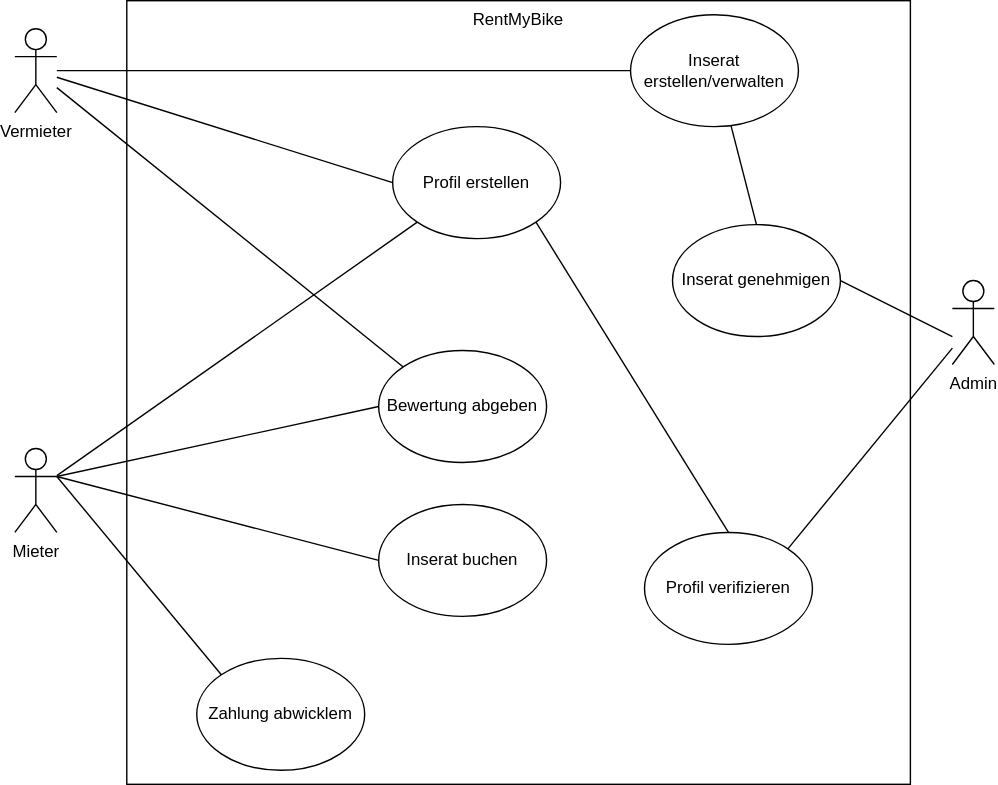
This is createboard/figures/uc-diagram.drawio.svg from caccaluc/RentMyBike, a draw.io export, as it was before one commit. Source tidied: cells renumbered, new cells last; positions are measured from the earlier drawing's top-left corner, leaving out a move shared by most shapes. Source of this version:
```xml
<mxGraphModel>
  <root>
    <mxCell id="0" />
    <mxCell id="1" parent="0" />
    <mxCell id="2" value="RentMyBike" style="whiteSpace=wrap;html=1;verticalAlign=top;" parent="1" vertex="1">
      <mxGeometry x="80" width="560" height="560" as="geometry" />
    </mxCell>
    <mxCell id="3" value="Inserat erstellen/verwalten&amp;nbsp;" style="ellipse;whiteSpace=wrap;html=1;" parent="1" vertex="1">
      <mxGeometry x="440" y="10" width="120" height="80" as="geometry" />
    </mxCell>
    <mxCell id="4" value="Profil verifizieren" style="ellipse;whiteSpace=wrap;html=1;" parent="1" vertex="1">
      <mxGeometry x="450" y="380" width="120" height="80" as="geometry" />
    </mxCell>
    <mxCell id="5" value="Profil erstellen" style="ellipse;whiteSpace=wrap;html=1;" parent="1" vertex="1">
      <mxGeometry x="270" y="90" width="120" height="80" as="geometry" />
    </mxCell>
    <mxCell id="6" value="Bewertung abgeben" style="ellipse;whiteSpace=wrap;html=1;" parent="1" vertex="1">
      <mxGeometry x="260" y="250" width="120" height="80" as="geometry" />
    </mxCell>
    <mxCell id="7" value="Vermieter" style="shape=umlActor;verticalLabelPosition=bottom;verticalAlign=top;html=1;outlineConnect=0;" parent="1" vertex="1">
      <mxGeometry y="20" width="30" height="60" as="geometry" />
    </mxCell>
    <mxCell id="8" value="Mieter" style="shape=umlActor;verticalLabelPosition=bottom;verticalAlign=top;html=1;outlineConnect=0;" parent="1" vertex="1">
      <mxGeometry y="320" width="30" height="60" as="geometry" />
    </mxCell>
    <mxCell id="9" value="Admin" style="shape=umlActor;verticalLabelPosition=bottom;verticalAlign=top;html=1;outlineConnect=0;" parent="1" vertex="1">
      <mxGeometry x="670" y="200" width="30" height="60" as="geometry" />
    </mxCell>
    <mxCell id="10" value="Inserat buchen" style="ellipse;whiteSpace=wrap;html=1;" parent="1" vertex="1">
      <mxGeometry x="260" y="360" width="120" height="80" as="geometry" />
    </mxCell>
    <mxCell id="11" style="endArrow=none;html=1;entryX=0;entryY=0.5;entryDx=0;entryDy=0;" parent="1" edge="1" source="7" target="3">
      <mxGeometry relative="1" as="geometry" />
    </mxCell>
    <mxCell id="12" style="endArrow=none;html=1;entryX=0;entryY=0.5;entryDx=0;entryDy=0;" parent="1" edge="1" source="7" target="5">
      <mxGeometry relative="1" as="geometry" />
    </mxCell>
    <mxCell id="13" style="endArrow=none;html=1;entryX=0;entryY=0;entryDx=0;entryDy=0;" parent="1" edge="1" source="7" target="6">
      <mxGeometry relative="1" as="geometry" />
    </mxCell>
    <mxCell id="14" style="endArrow=none;html=1;entryX=0;entryY=1;entryDx=0;entryDy=0;" parent="1" edge="1" source="8" target="5">
      <mxGeometry relative="1" as="geometry" />
    </mxCell>
    <mxCell id="15" style="endArrow=none;html=1;entryX=0;entryY=0.5;entryDx=0;entryDy=0;exitX=1;exitY=0.3333333333333333;exitDx=0;exitDy=0;exitPerimeter=0;" parent="1" edge="1" source="8" target="6">
      <mxGeometry relative="1" as="geometry" />
    </mxCell>
    <mxCell id="16" style="endArrow=none;html=1;entryX=1;entryY=1;entryDx=0;entryDy=0;exitX=0.5;exitY=0;exitDx=0;exitDy=0;" parent="1" edge="1" source="4" target="5">
      <mxGeometry relative="1" as="geometry" />
    </mxCell>
    <mxCell id="17" style="endArrow=none;html=1;exitX=1;exitY=0.3333333333333333;exitDx=0;exitDy=0;exitPerimeter=0;entryX=0;entryY=0.5;entryDx=0;entryDy=0;" parent="1" edge="1" source="8" target="10">
      <mxGeometry relative="1" as="geometry" />
    </mxCell>
    <mxCell id="18" style="endArrow=none;html=1;exitX=1;exitY=0;exitDx=0;exitDy=0;" parent="1" edge="1" source="4" target="9">
      <mxGeometry relative="1" as="geometry" />
    </mxCell>
    <mxCell id="19" value="Zahlung abwicklem" style="ellipse;whiteSpace=wrap;html=1;" parent="1" vertex="1">
      <mxGeometry x="130" y="470" width="120" height="80" as="geometry" />
    </mxCell>
    <mxCell id="20" style="endArrow=none;html=1;entryX=0;entryY=0;entryDx=0;entryDy=0;" parent="1" edge="1" target="19">
      <mxGeometry relative="1" as="geometry">
        <mxPoint x="30" y="340" as="sourcePoint" />
      </mxGeometry>
    </mxCell>
    <mxCell id="21" value="Inserat genehmigen" style="ellipse;whiteSpace=wrap;html=1;" parent="1" vertex="1">
      <mxGeometry x="470" y="160" width="120" height="80" as="geometry" />
    </mxCell>
    <mxCell id="22" style="endArrow=none;html=1;exitX=0.598;exitY=0.989;exitDx=0;exitDy=0;exitPerimeter=0;entryX=0.5;entryY=0;entryDx=0;entryDy=0;" parent="1" edge="1" source="3" target="21">
      <mxGeometry relative="1" as="geometry" />
    </mxCell>
    <mxCell id="23" style="endArrow=none;html=1;exitX=1;exitY=0.5;exitDx=0;exitDy=0;" parent="1" edge="1" source="21">
      <mxGeometry relative="1" as="geometry">
        <mxPoint x="670" y="240" as="targetPoint" />
      </mxGeometry>
    </mxCell>
  </root>
</mxGraphModel>
```
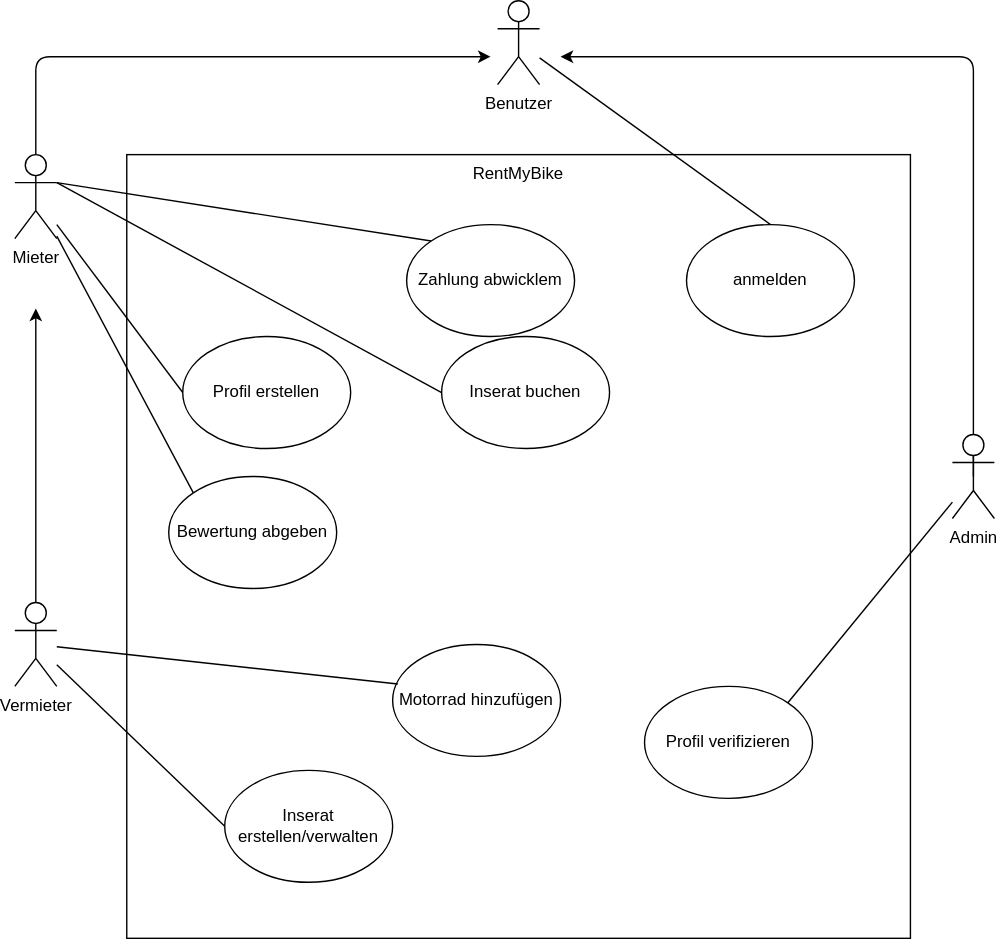
After the change.

The edit, as a diff of the source:
```diff
@@ -6,30 +6,51 @@
       <mxGeometry x="80" width="560" height="560" as="geometry" />
     </mxCell>
     <mxCell id="3" value="Inserat erstellen/verwalten&amp;nbsp;" style="ellipse;whiteSpace=wrap;html=1;" parent="1" vertex="1">
-      <mxGeometry x="440" y="10" width="120" height="80" as="geometry" />
+      <mxGeometry x="150" y="440" width="120" height="80" as="geometry" />
     </mxCell>
     <mxCell id="4" value="Profil verifizieren" style="ellipse;whiteSpace=wrap;html=1;" parent="1" vertex="1">
       <mxGeometry x="450" y="380" width="120" height="80" as="geometry" />
     </mxCell>
     <mxCell id="5" value="Profil erstellen" style="ellipse;whiteSpace=wrap;html=1;" parent="1" vertex="1">
-      <mxGeometry x="270" y="90" width="120" height="80" as="geometry" />
+      <mxGeometry x="120" y="130" width="120" height="80" as="geometry" />
     </mxCell>
     <mxCell id="6" value="Bewertung abgeben" style="ellipse;whiteSpace=wrap;html=1;" parent="1" vertex="1">
-      <mxGeometry x="260" y="250" width="120" height="80" as="geometry" />
+      <mxGeometry x="110" y="230" width="120" height="80" as="geometry" />
     </mxCell>
+    <mxCell id="24" style="edgeStyle=none;html=1;" parent="1" edge="1" source="7">
+      <mxGeometry relative="1" as="geometry">
+        <mxPoint x="340" y="-70" as="targetPoint" />
+        <Array as="points">
+          <mxPoint x="15" y="-70" />
+        </Array>
+      </mxGeometry>
+    </mxCell>
-    <mxCell id="7" value="Vermieter" style="shape=umlActor;verticalLabelPosition=bottom;verticalAlign=top;html=1;outlineConnect=0;" parent="1" vertex="1">
-      <mxGeometry y="20" width="30" height="60" as="geometry" />
+    <mxCell id="7" value="Mieter" style="shape=umlActor;verticalLabelPosition=bottom;verticalAlign=top;html=1;outlineConnect=0;" parent="1" vertex="1">
+      <mxGeometry width="30" height="60" as="geometry" />
     </mxCell>
+    <mxCell id="25" style="edgeStyle=none;html=1;" parent="1" edge="1" source="8">
+      <mxGeometry relative="1" as="geometry">
+        <mxPoint x="15" y="110" as="targetPoint" />
+      </mxGeometry>
+    </mxCell>
-    <mxCell id="8" value="Mieter" style="shape=umlActor;verticalLabelPosition=bottom;verticalAlign=top;html=1;outlineConnect=0;" parent="1" vertex="1">
+    <mxCell id="8" value="Vermieter" style="shape=umlActor;verticalLabelPosition=bottom;verticalAlign=top;html=1;outlineConnect=0;" parent="1" vertex="1">
       <mxGeometry y="320" width="30" height="60" as="geometry" />
     </mxCell>
+    <mxCell id="26" style="edgeStyle=none;html=1;exitX=0.5;exitY=0.5;exitDx=0;exitDy=0;exitPerimeter=0;" parent="1" edge="1" source="9">
+      <mxGeometry relative="1" as="geometry">
+        <mxPoint x="390" y="-70" as="targetPoint" />
+        <Array as="points">
+          <mxPoint x="685" y="-70" />
+        </Array>
+      </mxGeometry>
+    </mxCell>
     <mxCell id="9" value="Admin" style="shape=umlActor;verticalLabelPosition=bottom;verticalAlign=top;html=1;outlineConnect=0;" parent="1" vertex="1">
       <mxGeometry x="670" y="200" width="30" height="60" as="geometry" />
     </mxCell>
     <mxCell id="10" value="Inserat buchen" style="ellipse;whiteSpace=wrap;html=1;" parent="1" vertex="1">
-      <mxGeometry x="260" y="360" width="120" height="80" as="geometry" />
+      <mxGeometry x="305" y="130" width="120" height="80" as="geometry" />
     </mxCell>
-    <mxCell id="11" style="endArrow=none;html=1;entryX=0;entryY=0.5;entryDx=0;entryDy=0;" parent="1" edge="1" source="7" target="3">
+    <mxCell id="11" style="endArrow=none;html=1;entryX=0;entryY=0.5;entryDx=0;entryDy=0;" parent="1" edge="1" source="8" target="3">
       <mxGeometry relative="1" as="geometry" />
     </mxCell>
     <mxCell id="12" style="endArrow=none;html=1;entryX=0;entryY=0.5;entryDx=0;entryDy=0;" parent="1" edge="1" source="7" target="5">
@@ -38,39 +59,32 @@
     <mxCell id="13" style="endArrow=none;html=1;entryX=0;entryY=0;entryDx=0;entryDy=0;" parent="1" edge="1" source="7" target="6">
       <mxGeometry relative="1" as="geometry" />
     </mxCell>
-    <mxCell id="14" style="endArrow=none;html=1;entryX=0;entryY=1;entryDx=0;entryDy=0;" parent="1" edge="1" source="8" target="5">
-      <mxGeometry relative="1" as="geometry" />
-    </mxCell>
-    <mxCell id="15" style="endArrow=none;html=1;entryX=0;entryY=0.5;entryDx=0;entryDy=0;exitX=1;exitY=0.3333333333333333;exitDx=0;exitDy=0;exitPerimeter=0;" parent="1" edge="1" source="8" target="6">
-      <mxGeometry relative="1" as="geometry" />
-    </mxCell>
-    <mxCell id="16" style="endArrow=none;html=1;entryX=1;entryY=1;entryDx=0;entryDy=0;exitX=0.5;exitY=0;exitDx=0;exitDy=0;" parent="1" edge="1" source="4" target="5">
-      <mxGeometry relative="1" as="geometry" />
-    </mxCell>
-    <mxCell id="17" style="endArrow=none;html=1;exitX=1;exitY=0.3333333333333333;exitDx=0;exitDy=0;exitPerimeter=0;entryX=0;entryY=0.5;entryDx=0;entryDy=0;" parent="1" edge="1" source="8" target="10">
+    <mxCell id="17" style="endArrow=none;html=1;exitX=1;exitY=0.3333333333333333;exitDx=0;exitDy=0;exitPerimeter=0;entryX=0;entryY=0.5;entryDx=0;entryDy=0;" parent="1" edge="1" source="7" target="10">
       <mxGeometry relative="1" as="geometry" />
     </mxCell>
     <mxCell id="18" style="endArrow=none;html=1;exitX=1;exitY=0;exitDx=0;exitDy=0;" parent="1" edge="1" source="4" target="9">
       <mxGeometry relative="1" as="geometry" />
     </mxCell>
     <mxCell id="19" value="Zahlung abwicklem" style="ellipse;whiteSpace=wrap;html=1;" parent="1" vertex="1">
-      <mxGeometry x="130" y="470" width="120" height="80" as="geometry" />
+      <mxGeometry x="280" y="50" width="120" height="80" as="geometry" />
     </mxCell>
-    <mxCell id="20" style="endArrow=none;html=1;entryX=0;entryY=0;entryDx=0;entryDy=0;" parent="1" edge="1" target="19">
-      <mxGeometry relative="1" as="geometry">
-        <mxPoint x="30" y="340" as="sourcePoint" />
-      </mxGeometry>
+    <mxCell id="20" style="endArrow=none;html=1;entryX=0;entryY=0;entryDx=0;entryDy=0;exitX=1;exitY=0.3333333333333333;exitDx=0;exitDy=0;exitPerimeter=0;" parent="1" edge="1" source="7" target="19">
+      <mxGeometry relative="1" as="geometry" />
     </mxCell>
-    <mxCell id="21" value="Inserat genehmigen" style="ellipse;whiteSpace=wrap;html=1;" parent="1" vertex="1">
-      <mxGeometry x="470" y="160" width="120" height="80" as="geometry" />
+    <mxCell id="21" value="Motorrad hinzufügen" style="ellipse;whiteSpace=wrap;html=1;" parent="1" vertex="1">
+      <mxGeometry x="270" y="350" width="120" height="80" as="geometry" />
     </mxCell>
-    <mxCell id="22" style="endArrow=none;html=1;exitX=0.598;exitY=0.989;exitDx=0;exitDy=0;exitPerimeter=0;entryX=0.5;entryY=0;entryDx=0;entryDy=0;" parent="1" edge="1" source="3" target="21">
-      <mxGeometry relative="1" as="geometry" />
-    </mxCell>
-    <mxCell id="23" style="endArrow=none;html=1;exitX=1;exitY=0.5;exitDx=0;exitDy=0;" parent="1" edge="1" source="21">
-      <mxGeometry relative="1" as="geometry">
-        <mxPoint x="670" y="240" as="targetPoint" />
-      </mxGeometry>
+    <mxCell id="23" style="endArrow=none;html=1;exitX=0.031;exitY=0.354;exitDx=0;exitDy=0;exitPerimeter=0;" parent="1" edge="1" source="21" target="8">
+      <mxGeometry relative="1" as="geometry" />
     </mxCell>
+    <mxCell id="27" value="Benutzer" style="shape=umlActor;verticalLabelPosition=bottom;verticalAlign=top;html=1;outlineConnect=0;" parent="1" vertex="1">
+      <mxGeometry x="345" y="-110" width="30" height="60" as="geometry" />
+    </mxCell>
+    <mxCell id="28" value="anmelden" style="ellipse;whiteSpace=wrap;html=1;" parent="1" vertex="1">
+      <mxGeometry x="480" y="50" width="120" height="80" as="geometry" />
+    </mxCell>
+    <mxCell id="29" style="endArrow=none;html=1;entryX=0.5;entryY=0;entryDx=0;entryDy=0;" parent="1" edge="1" source="27" target="28">
+      <mxGeometry relative="1" as="geometry" />
+    </mxCell>
   </root>
 </mxGraphModel>
```
